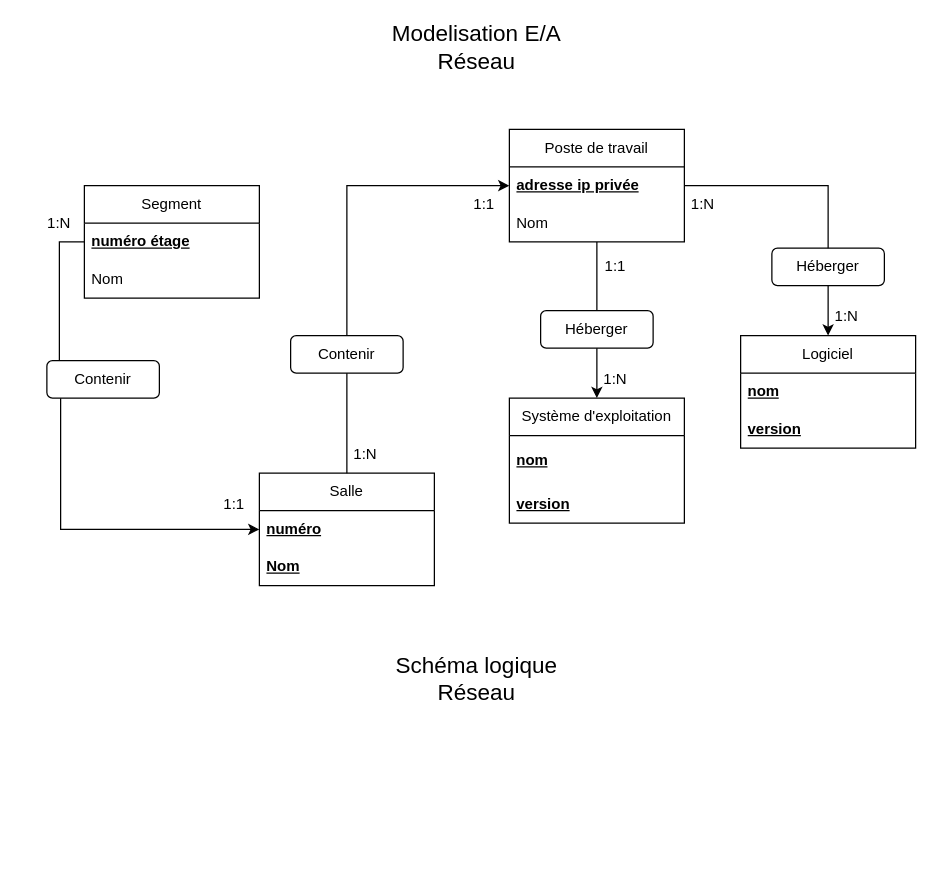
Above: TP-2-Modélisation et manipulation des données sous MySQL/Diagramme sans nom.drawio in florian-alb/administration-bdd-2025 (draw.io), before the change. Source tidied: cells renumbered, new cells numbered last; positions are measured from the earlier drawing's top-left corner, leaving out a move shared by most shapes. Both pictures are drawn from the tidied source at 125%, with x=0, y=0 at pixel (21, 29).
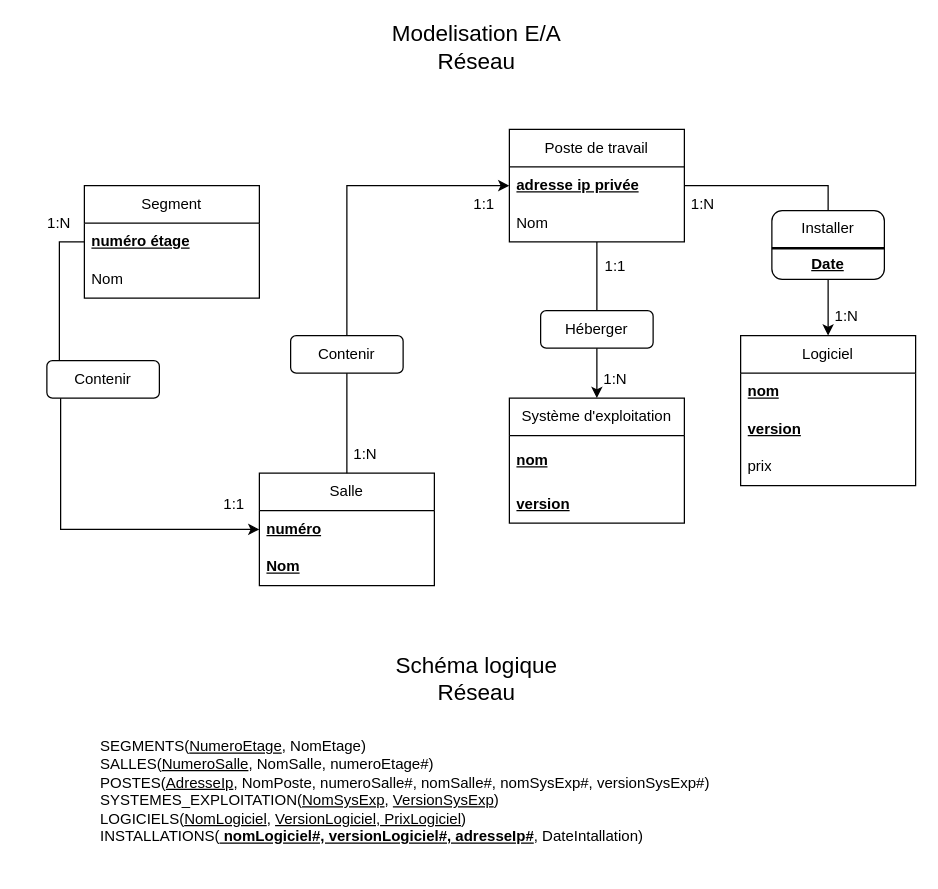
Above is the later version.

Commit message (it also covers changes not shown here):
Mettre à jour Diagramme sans nom.drawio

Change to the diagram source:
```diff
@@
     <mxCell id="13" value="Logiciel" style="swimlane;fontStyle=0;horizontal=1;startSize=30;whiteSpace=wrap;html=1;" parent="1" vertex="1">
-      <mxGeometry x="575" y="245" width="140" height="90" as="geometry" />
+      <mxGeometry x="575" y="245" width="140" height="120" as="geometry" />
     </mxCell>
@@
+    <mxCell id="35" value="prix" style="text;strokeColor=none;fillColor=none;align=left;verticalAlign=middle;spacingLeft=4;spacingRight=4;overflow=hidden;whiteSpace=wrap;html=1;" parent="13" vertex="1">
+      <mxGeometry y="90" width="140" height="30" as="geometry" />
+    </mxCell>
@@
-    <mxCell id="26" value="Héberger" style="rounded=1;whiteSpace=wrap;html=1;" parent="1" vertex="1">
-      <mxGeometry x="600" y="175" width="90" height="30" as="geometry" />
+    <mxCell id="26" value="Installer&lt;div&gt;&lt;br&gt;&lt;/div&gt;&lt;div&gt;&lt;u&gt;&lt;b&gt;Date&lt;/b&gt;&lt;/u&gt;&lt;/div&gt;" style="rounded=1;whiteSpace=wrap;html=1;" parent="1" vertex="1">
+      <mxGeometry x="600" y="145" width="90" height="55" as="geometry" />
     </mxCell>
@@
+    <mxCell id="36" value="SEGMENTS(&lt;u&gt;NumeroEtage&lt;/u&gt;, NomEtage)&lt;div&gt;SALLES(&lt;u&gt;NumeroSalle&lt;/u&gt;,&amp;nbsp;&lt;span style=&quot;background-color: transparent; color: light-dark(rgb(0, 0, 0), rgb(255, 255, 255));&quot;&gt;NomSalle,&lt;/span&gt;&lt;span style=&quot;background-color: transparent; color: light-dark(rgb(0, 0, 0), rgb(255, 255, 255));&quot;&gt;&amp;nbsp;&lt;/span&gt;&lt;span style=&quot;background-color: transparent; color: light-dark(rgb(0, 0, 0), rgb(255, 255, 255));&quot;&gt;numeroEtage#&lt;/span&gt;&lt;span style=&quot;background-color: transparent; color: light-dark(rgb(0, 0, 0), rgb(255, 255, 255));&quot;&gt;)&lt;/span&gt;&lt;/div&gt;&lt;div&gt;POSTES(&lt;u&gt;AdresseIp&lt;/u&gt;, NomPoste, numeroSalle#, nomSalle#, nomSysExp#, versionSysExp#)&lt;/div&gt;&lt;div&gt;SYSTEMES_EXPLOITATION(&lt;u&gt;NomSysExp&lt;/u&gt;, &lt;u&gt;VersionSysExp&lt;/u&gt;)&lt;/div&gt;&lt;div&gt;LOGICIELS(&lt;u&gt;NomLogiciel&lt;/u&gt;, &lt;u&gt;VersionLogiciel, PrixLogiciel&lt;/u&gt;)&lt;/div&gt;&lt;div&gt;INSTALLATIONS(&lt;u&gt;&lt;b&gt; nomLogiciel#, versionLogiciel#, adresseIp#&lt;/b&gt;&lt;/u&gt;, DateIntallation)&lt;/div&gt;" style="text;whiteSpace=wrap;html=1;" parent="1" vertex="1">
+      <mxGeometry x="61" y="560" width="509" height="110" as="geometry" />
+    </mxCell>
+    <mxCell id="37" style="line;strokeWidth=2;html=1;" parent="1" vertex="1">
+      <mxGeometry x="600" y="170" width="90" height="10" as="geometry" />
+    </mxCell>
```
